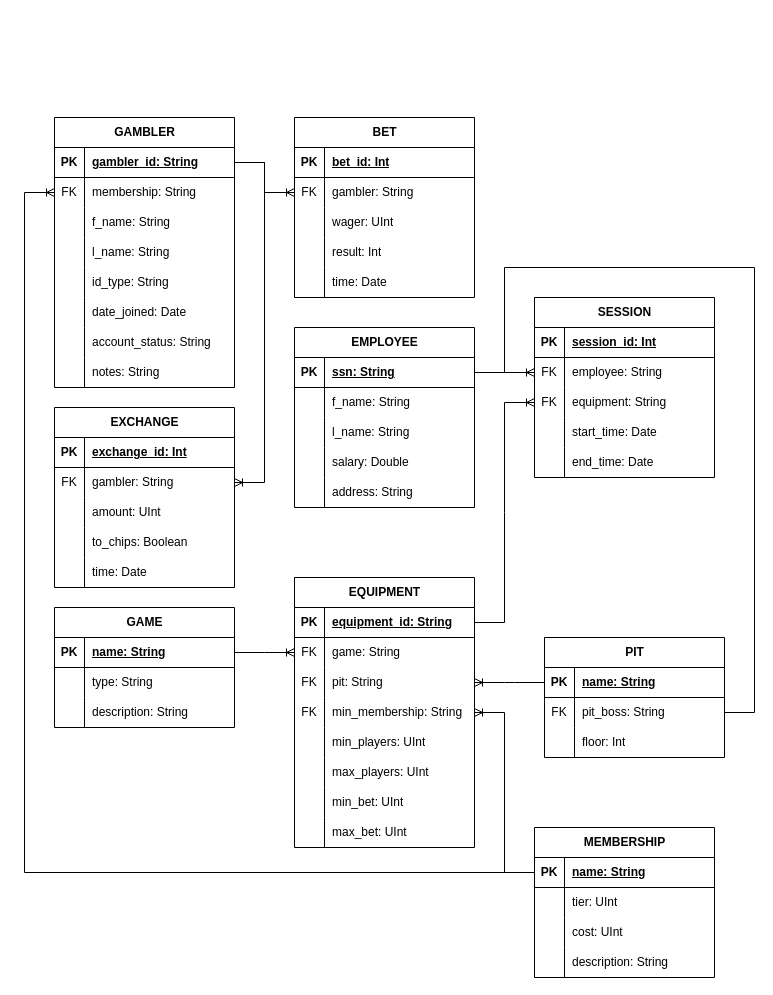
Above: docs/CasinoDB.drawio in drussillo/CasinoDB (draw.io), before the change. Source tidied: cells renumbered, new cells numbered last; positions are measured from the earlier drawing's top-left corner, leaving out a move shared by most shapes. Both pictures are drawn from the tidied source at 100%, with x=0, y=0 at pixel (24, 117).
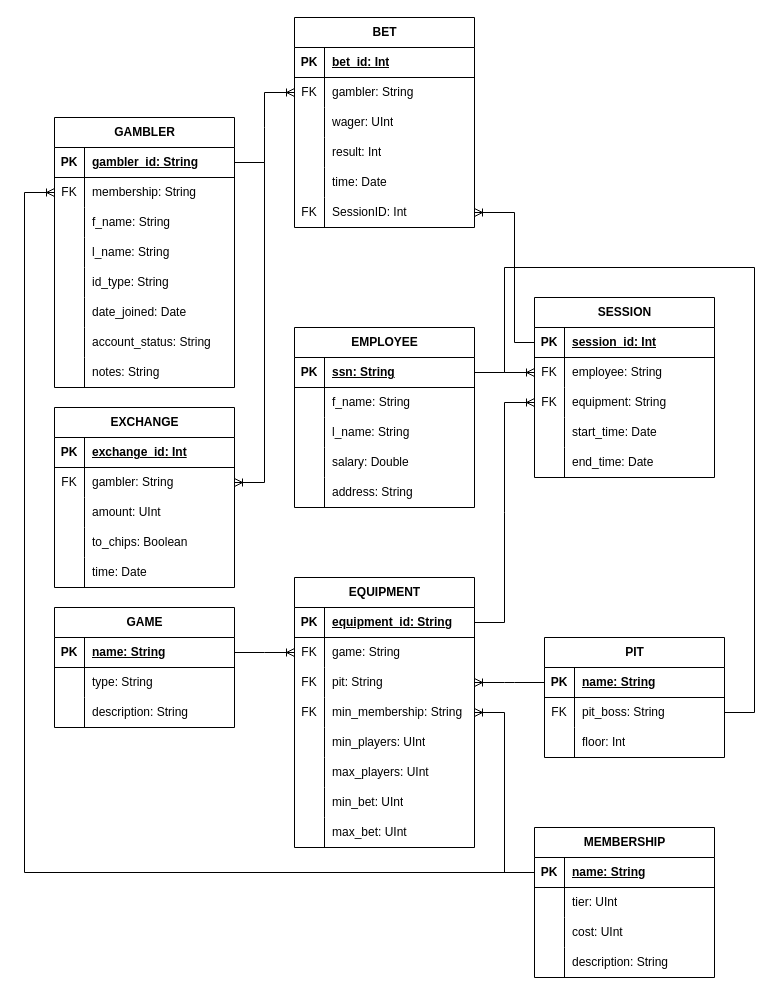
The same page after the edit.

Commit message (it also covers changes not shown here):
updated docs, add NOTNULL to BET's sessionid fk

The change refers to these unchanged cells:
```xml
<mxCell id="108" style="shape=tableRow;horizontal=0;startSize=0;swimlaneHead=0;swimlaneBody=0;fillColor=none;points=[[0,0.5],[1,0.5]];portConstraint=eastwest;top=0;left=0;right=0;bottom=1;" parent="107" vertex="1">
  <mxGeometry y="30" width="180" height="30" as="geometry" />
</mxCell>
```

What changed in the source:
```diff
@@
     <mxCell id="90" value="BET" style="shape=table;startSize=30;childLayout=tableLayout;rowLines=0;fontStyle=1;align=center;html=1;" parent="1" vertex="1">
-      <mxGeometry x="270" width="180" height="180" as="geometry" />
+      <mxGeometry x="270" y="-100" width="180" height="210" as="geometry" />
     </mxCell>
@@
+    <mxCell id="158" style="shape=tableRow;horizontal=0;startSize=0;swimlaneHead=0;swimlaneBody=0;fillColor=none;points=[[0,0.5],[1,0.5]];portConstraint=eastwest;top=0;left=0;right=0;bottom=0;" parent="90" vertex="1">
+      <mxGeometry y="180" width="180" height="30" as="geometry" />
+    </mxCell>
+    <mxCell id="159" value="FK" style="shape=partialRectangle;fillColor=none;top=0;left=0;bottom=0;right=0;overflow=hidden;whiteSpace=wrap;html=1;" parent="158" vertex="1">
+      <mxGeometry width="30" height="30" as="geometry" />
+    </mxCell>
+    <mxCell id="160" value="SessionID: Int" style="shape=partialRectangle;fillColor=none;top=0;left=0;bottom=0;right=0;align=left;spacingLeft=6;overflow=hidden;whiteSpace=wrap;html=1;" parent="158" vertex="1">
+      <mxGeometry x="30" width="150" height="30" as="geometry" />
+    </mxCell>
@@
+    <mxCell id="161" style="endArrow=ERoneToMany;html=1;rounded=0;exitX=0;exitY=0.5;exitDx=0;exitDy=0;entryX=1;entryY=0.5;entryDx=0;entryDy=0;endFill=0;" parent="1" edge="1" source="108" target="158">
+      <mxGeometry relative="1" as="geometry">
+        <Array as="points">
+          <mxPoint x="490" y="225" />
+          <mxPoint x="490" y="95" />
+        </Array>
+      </mxGeometry>
+    </mxCell>
```
